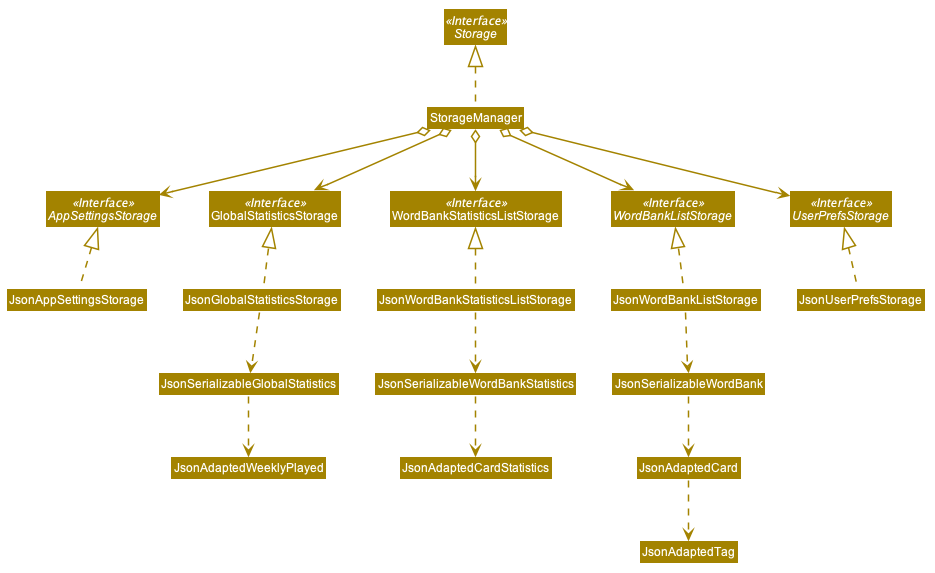
Earlier version of the PlantUML export images/StorageClassDiagram.png (AY1920S1-CS2103T-T11-2/main).
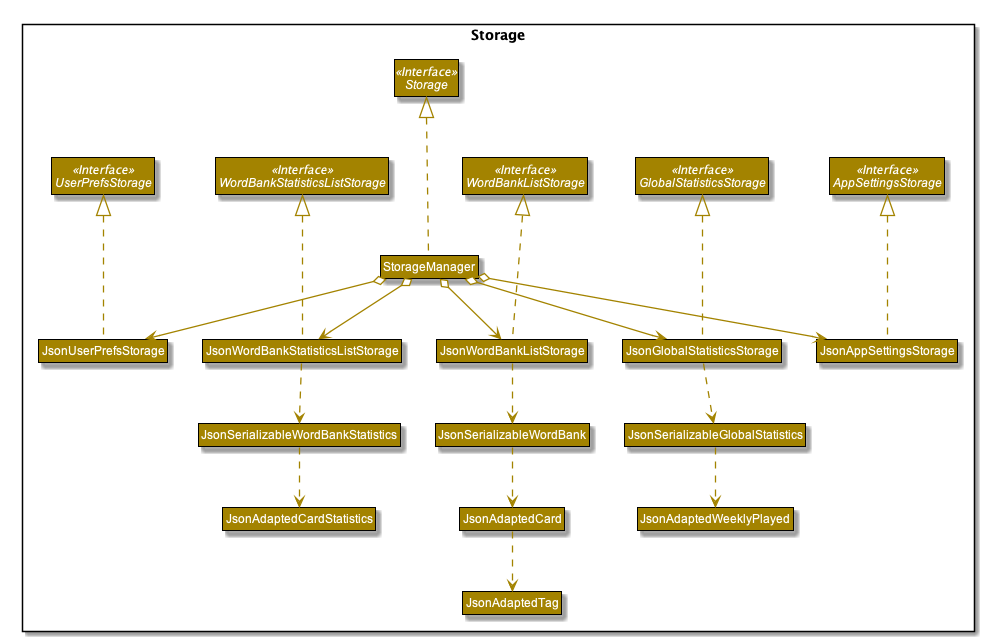
The same diagram one commit later.

The edit, as a diff of the source:
```diff
@@ -1,4 +1,7 @@
 @startuml
+
+
+
 
 
 
@@ -15,9 +18,10 @@
 skinparam Class {
     FontColor #FFFFFF
     BorderThickness 1
-    BorderColor #FFFFFF
+    BorderColor #000000
     StereotypeFontColor #FFFFFF
     FontName Arial
+    AttributeFontColor #FFFFFF
 }
 
 skinparam Actor {
@@ -41,17 +45,20 @@
 
 skinparam MinClassWidth 50
 skinparam ParticipantPadding 10
-skinparam Shadowing false
+skinparam Shadowing true
 skinparam DefaultTextAlignment center
 skinparam packageStyle Rectangle
+skinparam classAttributeIconSize 0
 
 hide footbox
 hide members
 hide circle
-skinparam arrowThickness 1.5
+hide empty members
+skinparam arrowThickness 1.3
 skinparam arrowColor #A38300
 skinparam classBackgroundColor #A38300
 
+package Storage {
 Interface Storage <<Interface>>
 Interface UserPrefsStorage <<Interface>>
 Interface WordBankListStorage <<Interface>>
@@ -62,31 +69,40 @@
 Class StorageManager
 Class JsonUserPrefsStorage
 Class JsonWordBankListStorage
-Class WordBankStatisticsListStorage
-Class GlobalStatisticsStorage
 Class JsonAppSettingsStorage
+Class JsonSerializableWordBank
+Class JsonAdaptedCard
+Class JsonAdaptedTag
+Class JsonGlobalStatisticsStorage
+Class JsonSerializableGlobalStatistics
+Class JsonAdaptedWeeklyPlayed
+Class JsonWordBankStatisticsListStorage
+Class JsonSerializableWordBankStatistics
+Class JsonAdaptedCardStatistics
+}
 
-StorageManager .up.|> Storage
-StorageManager o--> UserPrefsStorage
-StorageManager o--> WordBankListStorage
-StorageManager o--> WordBankStatisticsListStorage
-StorageManager o--> GlobalStatisticsStorage
-StorageManager o--> AppSettingsStorage
+StorageManager .up..|> Storage
+StorageManager o--> JsonUserPrefsStorage
+StorageManager o--> JsonWordBankListStorage
+StorageManager o--> JsonWordBankStatisticsListStorage
+StorageManager o--> JsonGlobalStatisticsStorage
+StorageManager o--> JsonAppSettingsStorage
 
-JsonUserPrefsStorage .up.|> UserPrefsStorage
+JsonUserPrefsStorage .up..|> UserPrefsStorage
 
-JsonWordBankListStorage .up.|> WordBankListStorage
+JsonWordBankListStorage .up..|> WordBankListStorage
 JsonWordBankListStorage .down.> JsonSerializableWordBank
 JsonSerializableWordBank .down.> JsonAdaptedCard
 JsonAdaptedCard .down.> JsonAdaptedTag
 
-JsonWordBankStatisticsListStorage .up.|> WordBankStatisticsListStorage
+JsonWordBankStatisticsListStorage .up..|> WordBankStatisticsListStorage
 JsonWordBankStatisticsListStorage .down.> JsonSerializableWordBankStatistics
 JsonSerializableWordBankStatistics .down.> JsonAdaptedCardStatistics
 
-JsonGlobalStatisticsStorage .up.|> GlobalStatisticsStorage
+JsonGlobalStatisticsStorage .up..|> GlobalStatisticsStorage
 JsonGlobalStatisticsStorage .down.> JsonSerializableGlobalStatistics
 JsonSerializableGlobalStatistics .down.> JsonAdaptedWeeklyPlayed
 
-JsonAppSettingsStorage .up.|> AppSettingsStorage
+JsonAppSettingsStorage .up..|> AppSettingsStorage
+JsonWordBankListStorage -left[hidden]-> JsonWordBankStatisticsListStorage
 @enduml
```
